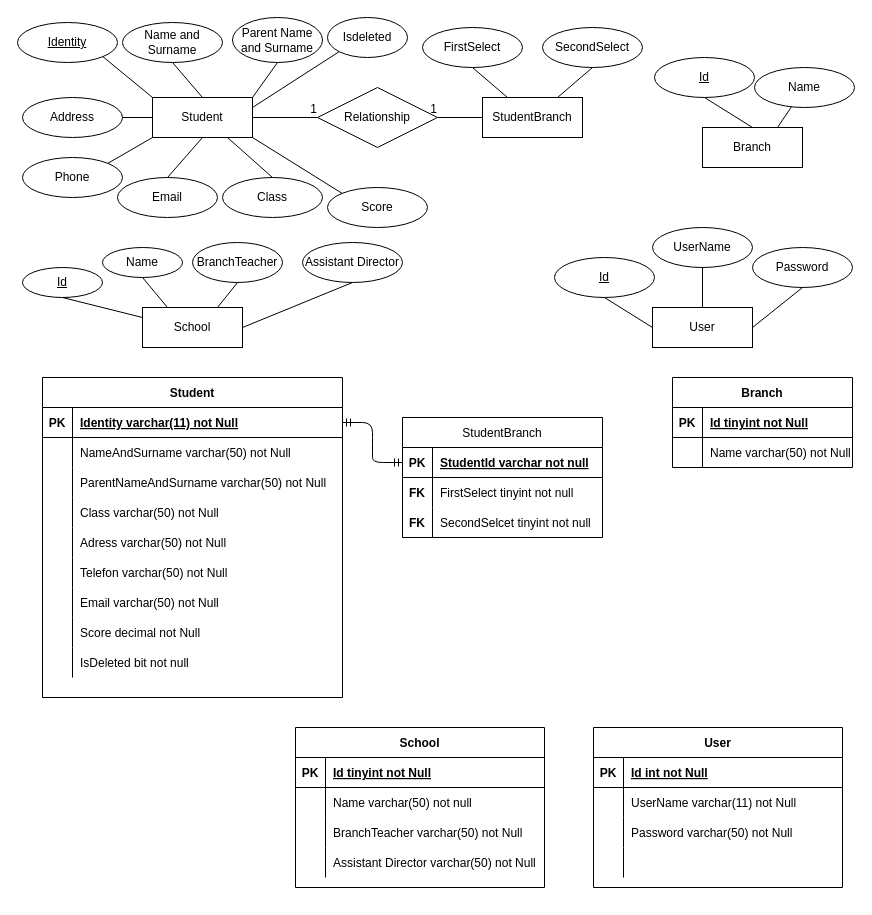
Above: Entity Relationship Diagram.drawio in ozdemirali/BranchSelectTasarim (draw.io), before the change. Source tidied: cells renumbered, new cells numbered last; positions are measured from the earlier drawing's top-left corner, leaving out a move shared by most shapes. Both pictures are drawn from the tidied source at 100%, with x=0, y=0 at pixel (17, 17).
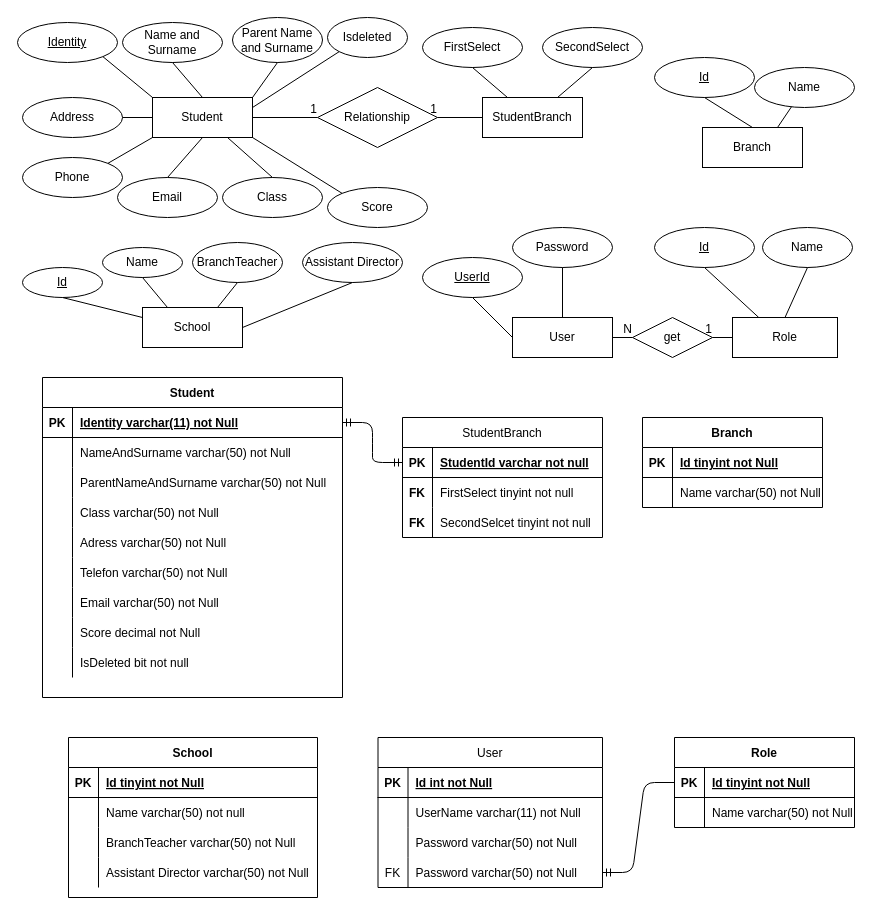
The same diagram, later.

Commit message:
Database is editted

Change to the diagram source:
```diff
@@
     <mxCell id="63" value="Branch" style="shape=table;startSize=30;childLayout=tableLayout;rowLines=0;fontStyle=1;align=center;" parent="1" vertex="1">
-      <mxGeometry x="655" y="360" width="180" height="90" as="geometry" />
+      <mxGeometry x="625" y="400" width="180" height="90" as="geometry" />
     </mxCell>
@@
     <mxCell id="80" value="School" style="shape=table;startSize=30;childLayout=tableLayout;rowLines=0;fontStyle=1;align=center;" parent="1" vertex="1">
-      <mxGeometry x="278" y="710" width="249" height="160" as="geometry" />
+      <mxGeometry x="51" y="720" width="249" height="160" as="geometry" />
     </mxCell>
@@
-    <mxCell id="95" value="Id" style="ellipse;whiteSpace=wrap;html=1;align=center;fontStyle=4;" parent="1" vertex="1">
-      <mxGeometry x="537" y="240" width="100" height="40" as="geometry" />
+    <mxCell id="95" value="UserId" style="ellipse;whiteSpace=wrap;html=1;align=center;fontStyle=4;" parent="1" vertex="1">
+      <mxGeometry x="405" y="240" width="100" height="40" as="geometry" />
     </mxCell>
     <mxCell id="96" value="User" style="whiteSpace=wrap;html=1;align=center;" parent="1" vertex="1">
-      <mxGeometry x="635" y="290" width="100" height="40" as="geometry" />
+      <mxGeometry x="495" y="300" width="100" height="40" as="geometry" />
     </mxCell>
-    <mxCell id="97" value="UserName" style="ellipse;whiteSpace=wrap;html=1;align=center;" parent="1" vertex="1">
-      <mxGeometry x="635" y="210" width="100" height="40" as="geometry" />
-    </mxCell>
     <mxCell id="98" value="Password" style="ellipse;whiteSpace=wrap;html=1;align=center;" parent="1" vertex="1">
-      <mxGeometry x="735" y="230" width="100" height="40" as="geometry" />
+      <mxGeometry x="495" y="210" width="100" height="40" as="geometry" />
     </mxCell>
@@
-    <mxCell id="100" style="endArrow=none;html=1;rounded=0;exitX=0.5;exitY=1;exitDx=0;exitDy=0;entryX=0.5;entryY=0;entryDx=0;entryDy=0;" parent="1" edge="1" source="97" target="96">
-      <mxGeometry relative="1" as="geometry" />
-    </mxCell>
-    <mxCell id="101" style="endArrow=none;html=1;rounded=0;entryX=0.5;entryY=1;entryDx=0;entryDy=0;exitX=1;exitY=0.5;exitDx=0;exitDy=0;" parent="1" edge="1" source="96" target="98">
+    <mxCell id="101" style="endArrow=none;html=1;rounded=0;entryX=0.5;entryY=1;entryDx=0;entryDy=0;exitX=0.5;exitY=0;exitDx=0;exitDy=0;" parent="1" edge="1" source="96" target="98">
       <mxGeometry relative="1" as="geometry" />
     </mxCell>
-    <mxCell id="102" value="User" style="shape=table;startSize=30;childLayout=tableLayout;rowLines=0;fontStyle=1;align=center;" parent="1" vertex="1">
-      <mxGeometry x="576" y="710" width="249" height="160" as="geometry" />
+    <mxCell id="102" value="User" style="shape=table;startSize=30;childLayout=tableLayout;rowLines=0;fontStyle=0;align=center;" parent="1" vertex="1">
+      <mxGeometry x="360.5" y="720" width="224.5" height="150" as="geometry" />
     </mxCell>
     <mxCell id="103" style="shape=partialRectangle;fillColor=none;top=0;left=0;bottom=1;right=0;" parent="102" vertex="1">
-      <mxGeometry y="30" width="249" height="30" as="geometry" />
+      <mxGeometry y="30" width="224.5" height="30" as="geometry" />
     </mxCell>
@@
     <mxCell id="105" value="Id int not Null" style="shape=partialRectangle;fillColor=none;top=0;left=0;bottom=0;right=0;align=left;spacingLeft=6;fontStyle=5;overflow=hidden;" parent="103" vertex="1">
-      <mxGeometry x="30" width="219" height="30" as="geometry" />
+      <mxGeometry x="30" width="194.5" height="30" as="geometry" />
     </mxCell>
     <mxCell id="106" style="shape=partialRectangle;fillColor=none;top=0;left=0;bottom=0;right=0;" parent="102" vertex="1">
-      <mxGeometry y="60" width="249" height="30" as="geometry" />
+      <mxGeometry y="60" width="224.5" height="30" as="geometry" />
     </mxCell>
@@
     <mxCell id="108" value="UserName varchar(11) not Null" style="shape=partialRectangle;fillColor=none;top=0;left=0;bottom=0;right=0;align=left;spacingLeft=6;overflow=hidden;fontStyle=0;" parent="106" vertex="1">
-      <mxGeometry x="30" width="219" height="30" as="geometry" />
+      <mxGeometry x="30" width="194.5" height="30" as="geometry" />
     </mxCell>
     <mxCell id="109" style="shape=partialRectangle;fillColor=none;top=0;left=0;bottom=0;right=0;" parent="102" vertex="1">
-      <mxGeometry y="90" width="249" height="30" as="geometry" />
+      <mxGeometry y="90" width="224.5" height="30" as="geometry" />
     </mxCell>
@@
     <mxCell id="111" value="Password varchar(50) not Null" style="shape=partialRectangle;fillColor=none;top=0;left=0;bottom=0;right=0;align=left;spacingLeft=6;overflow=hidden;" parent="109" vertex="1">
-      <mxGeometry x="30" width="219" height="30" as="geometry" />
+      <mxGeometry x="30" width="194.5" height="30" as="geometry" />
     </mxCell>
-    <mxCell id="112" style="shape=partialRectangle;fillColor=none;top=0;left=0;bottom=0;right=0;" parent="102" vertex="1">
-      <mxGeometry y="120" width="249" height="30" as="geometry" />
-    </mxCell>
-    <mxCell id="113" style="shape=partialRectangle;fillColor=none;top=0;left=0;bottom=0;right=0;overflow=hidden;" parent="112" vertex="1">
-      <mxGeometry width="30" height="30" as="geometry" />
-    </mxCell>
-    <mxCell id="114" style="shape=partialRectangle;fillColor=none;top=0;left=0;bottom=0;right=0;align=left;spacingLeft=6;overflow=hidden;" parent="112" vertex="1">
-      <mxGeometry x="30" width="219" height="30" as="geometry" />
-    </mxCell>
+    <mxCell id="124" style="shape=partialRectangle;fillColor=none;top=0;left=0;bottom=0;right=0;points=[[0,0.5],[1,0.5]];portConstraint=eastwest;" parent="102" vertex="1">
+      <mxGeometry y="120" width="224.5" height="30" as="geometry" />
+    </mxCell>
+    <mxCell id="125" value="FK" style="shape=partialRectangle;fillColor=none;top=0;left=0;bottom=0;right=0;overflow=hidden;" parent="124" vertex="1">
+      <mxGeometry width="30" height="30" as="geometry" />
+    </mxCell>
+    <mxCell id="126" value="Password varchar(50) not Null" style="shape=partialRectangle;fillColor=none;top=0;left=0;bottom=0;right=0;align=left;spacingLeft=6;overflow=hidden;" parent="124" vertex="1">
+      <mxGeometry x="30" width="194.5" height="30" as="geometry" />
+    </mxCell>
@@
+    <mxCell id="127" value="Role" style="rounded=0;whiteSpace=wrap;html=1;" parent="1" vertex="1">
+      <mxGeometry x="715" y="300" width="105" height="40" as="geometry" />
+    </mxCell>
+    <mxCell id="128" value="Id" style="ellipse;whiteSpace=wrap;html=1;align=center;fontStyle=4;" parent="1" vertex="1">
+      <mxGeometry x="637" y="210" width="100" height="40" as="geometry" />
+    </mxCell>
+    <mxCell id="129" style="endArrow=none;html=1;rounded=0;entryX=0.5;entryY=1;entryDx=0;entryDy=0;exitX=0.25;exitY=0;exitDx=0;exitDy=0;" parent="1" edge="1" source="127" target="128">
+      <mxGeometry relative="1" as="geometry" />
+    </mxCell>
+    <mxCell id="130" value="Name" style="ellipse;whiteSpace=wrap;html=1;align=center;" parent="1" vertex="1">
+      <mxGeometry x="745" y="210" width="90" height="40" as="geometry" />
+    </mxCell>
+    <mxCell id="131" style="endArrow=none;html=1;rounded=0;entryX=0.5;entryY=1;entryDx=0;entryDy=0;exitX=0.5;exitY=0;exitDx=0;exitDy=0;" parent="1" edge="1" source="127" target="130">
+      <mxGeometry relative="1" as="geometry" />
+    </mxCell>
+    <mxCell id="132" value="get" style="shape=rhombus;perimeter=rhombusPerimeter;whiteSpace=wrap;html=1;align=center;" parent="1" vertex="1">
+      <mxGeometry x="615" y="300" width="80" height="40" as="geometry" />
+    </mxCell>
+    <mxCell id="133" style="endArrow=none;html=1;rounded=0;entryX=0;entryY=0.5;entryDx=0;entryDy=0;exitX=1;exitY=0.5;exitDx=0;exitDy=0;" parent="1" edge="1" source="96" target="132">
+      <mxGeometry relative="1" as="geometry" />
+    </mxCell>
+    <mxCell id="134" value="N" style="html=1;align=right;verticalAlign=bottom;" parent="133" vertex="1">
+      <mxGeometry x="1" relative="1" as="geometry" />
+    </mxCell>
+    <mxCell id="135" style="endArrow=none;html=1;rounded=0;exitX=0;exitY=0.5;exitDx=0;exitDy=0;entryX=1;entryY=0.5;entryDx=0;entryDy=0;" parent="1" edge="1" source="127" target="132">
+      <mxGeometry relative="1" as="geometry" />
+    </mxCell>
+    <mxCell id="136" value="1" style="html=1;align=right;verticalAlign=bottom;" parent="135" vertex="1">
+      <mxGeometry x="1" relative="1" as="geometry" />
+    </mxCell>
+    <mxCell id="137" value="Role" style="shape=table;startSize=30;childLayout=tableLayout;rowLines=0;fontStyle=1;align=center;" parent="1" vertex="1">
+      <mxGeometry x="657" y="720" width="180" height="90" as="geometry" />
+    </mxCell>
+    <mxCell id="138" style="shape=partialRectangle;fillColor=none;top=0;left=0;bottom=1;right=0;points=[[0,0.5],[1,0.5]];portConstraint=eastwest;" parent="137" vertex="1">
+      <mxGeometry y="30" width="180" height="30" as="geometry" />
+    </mxCell>
+    <mxCell id="139" value="PK" style="shape=partialRectangle;fillColor=none;top=0;left=0;bottom=0;right=0;fontStyle=1;overflow=hidden;" parent="138" vertex="1">
+      <mxGeometry width="30" height="30" as="geometry" />
+    </mxCell>
+    <mxCell id="140" value="Id tinyint not Null" style="shape=partialRectangle;fillColor=none;top=0;left=0;bottom=0;right=0;align=left;spacingLeft=6;fontStyle=5;overflow=hidden;" parent="138" vertex="1">
+      <mxGeometry x="30" width="150" height="30" as="geometry" />
+    </mxCell>
+    <mxCell id="141" style="shape=partialRectangle;fillColor=none;top=0;left=0;bottom=0;right=0;" parent="137" vertex="1">
+      <mxGeometry y="60" width="180" height="30" as="geometry" />
+    </mxCell>
+    <mxCell id="113" style="shape=partialRectangle;fillColor=none;top=0;left=0;bottom=0;right=0;overflow=hidden;" parent="141" vertex="1">
+      <mxGeometry width="30" height="30" as="geometry" />
+    </mxCell>
+    <mxCell id="142" value="Name varchar(50) not Null" style="shape=partialRectangle;fillColor=none;top=0;left=0;bottom=0;right=0;align=left;spacingLeft=6;overflow=hidden;" parent="141" vertex="1">
+      <mxGeometry x="30" width="150" height="30" as="geometry" />
+    </mxCell>
+    <mxCell id="143" style="edgeStyle=entityRelationEdgeStyle;fontSize=12;html=1;endArrow=ERmandOne;exitX=0;exitY=0.5;exitDx=0;exitDy=0;entryX=1;entryY=0.5;entryDx=0;entryDy=0;" parent="1" edge="1" source="138" target="124">
+      <mxGeometry relative="1" as="geometry" />
+    </mxCell>
```
